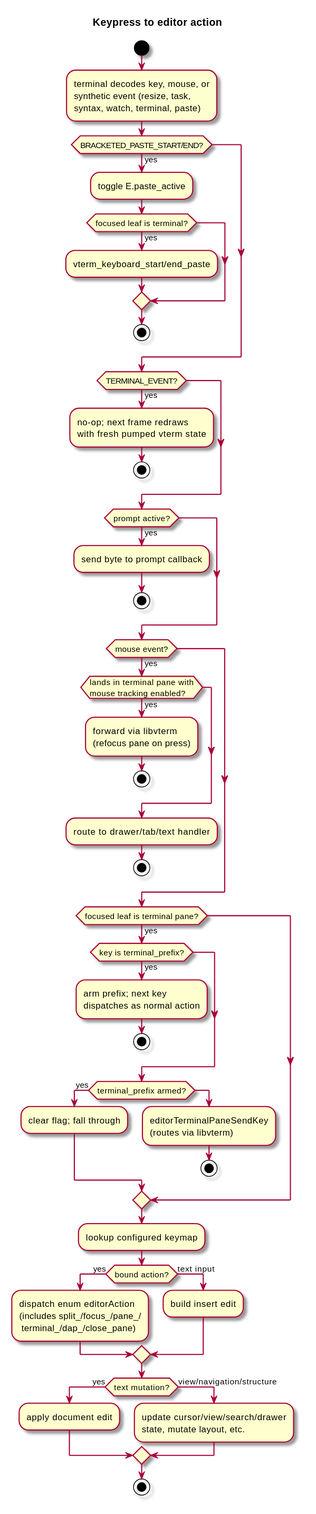
Above: docs/diagrams/svg/action-dispatch.svg in kokkoniemi/rotide (PlantUML), before the change. Its source is kept beside it as docs/diagrams/src/action-dispatch.puml.
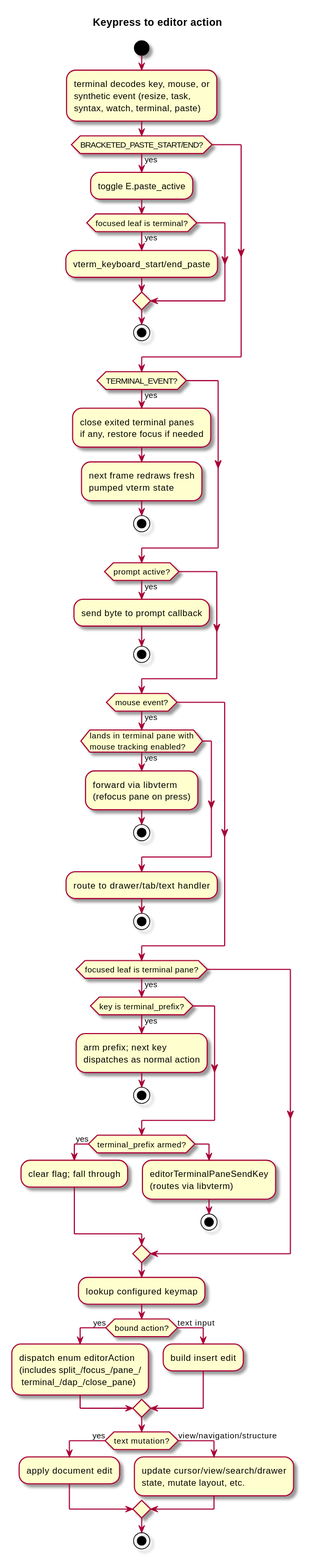
Later version of the same file.

What changed in the source:
```diff
@@ -15,8 +15,10 @@
 	stop
 endif
 if (TERMINAL_EVENT?) then (yes)
-	:no-op; next frame redraws
-	with fresh pumped vterm state;
+	:close exited terminal panes
+	if any, restore focus if needed;
+	:next frame redraws fresh
+	pumped vterm state;
 	stop
 endif
 if (prompt active?) then (yes)
```
